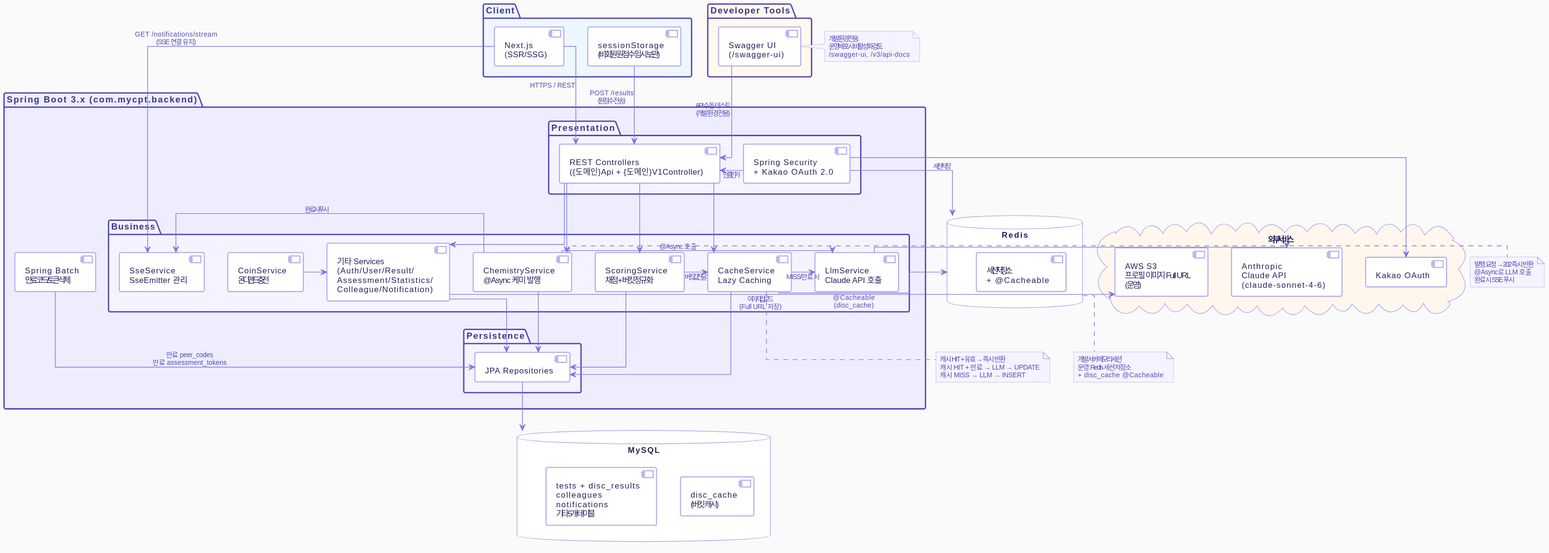
Earlier version of the PlantUML export docs/images/MyCPT_Architecture.svg (Yush1nk1m/MyCPT).
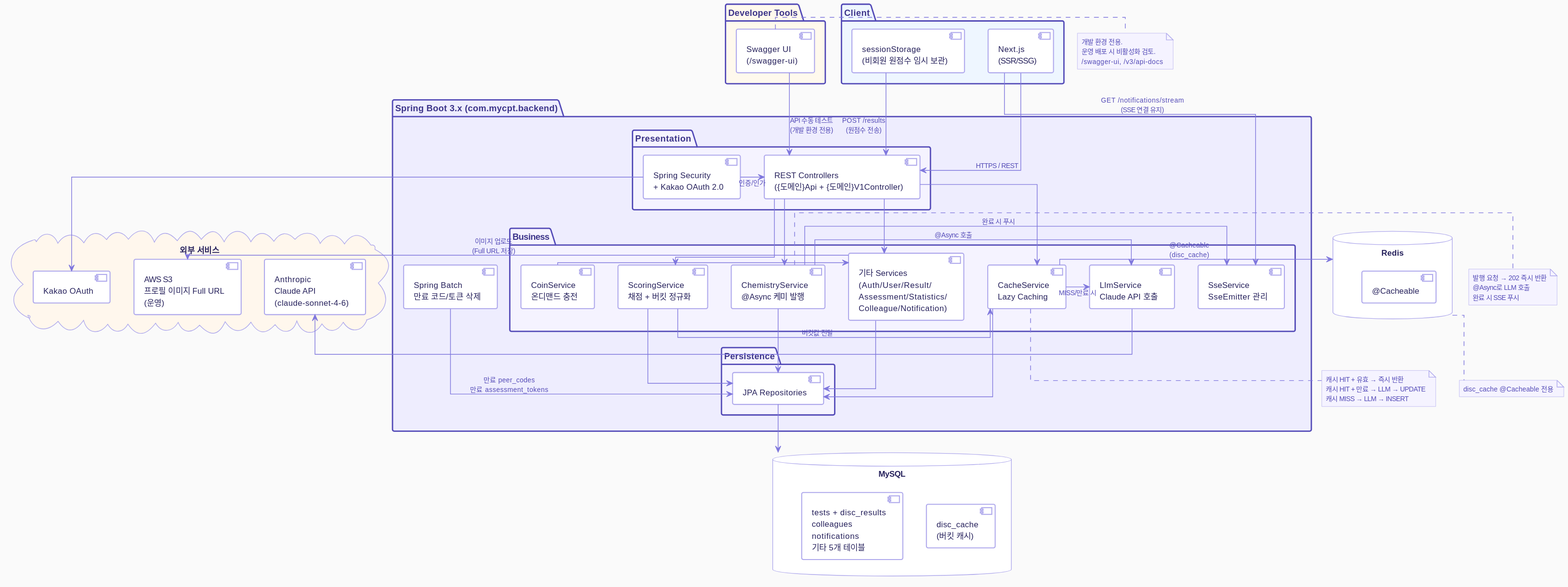
Later version of the same file.

Change to the diagram source:
```diff
@@ -84,7 +84,7 @@
 }
 
 database "Redis" as Redis {
-  [세션 저장소\n+ @Cacheable] as RedisData
+  [@Cacheable] as RedisData
 }
 
 cloud "외부 서비스" #FFF7ED {
@@ -120,7 +120,6 @@
 Repos -down-> MySQL
 
 Cache         -right-> Redis : @Cacheable\n(disc_cache)
-Security      -right-> Redis : 세션 저장
 
 Llm           -right-> ClaudeAPI
 Security      -down->  Kakao
@@ -141,9 +140,7 @@
 end note
 
 note bottom of Redis
-  개발: 서버 메모리 세션
-  운영: Redis 세션 저장소
-  + disc_cache @Cacheable
+  disc_cache @Cacheable 전용
 end note
 
 note right of Swagger
```
